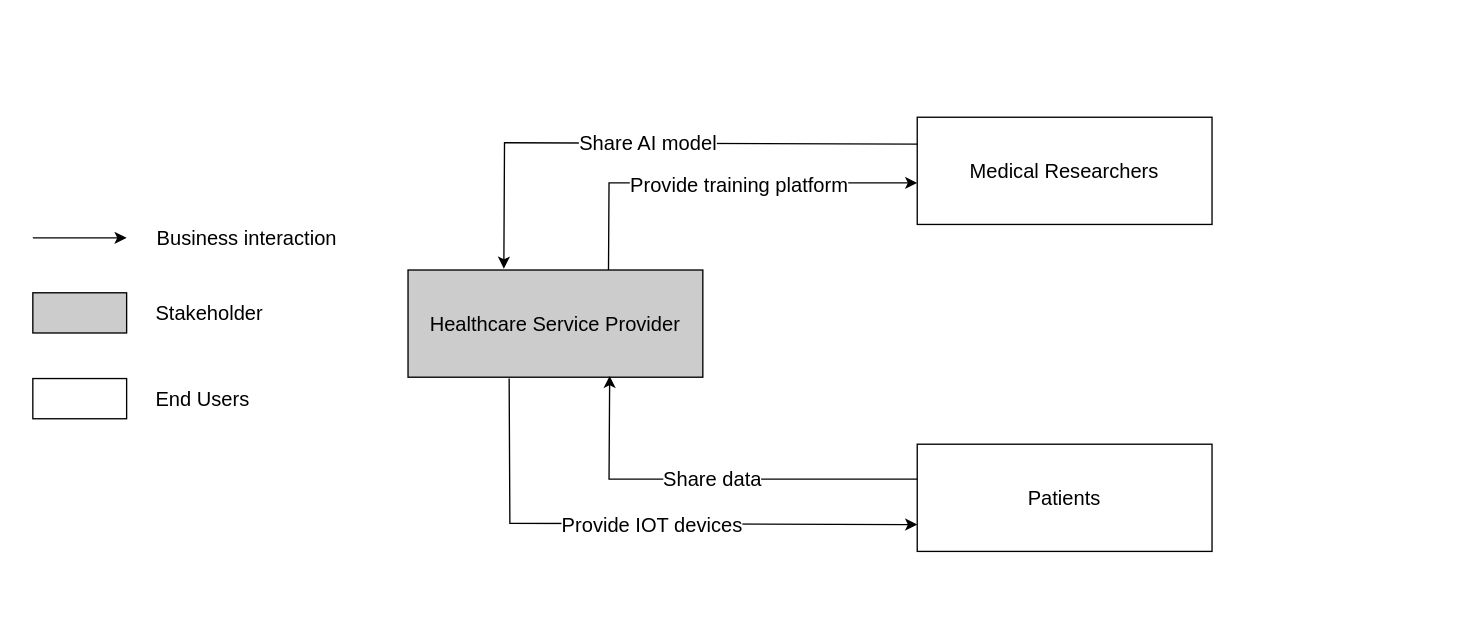
TISNN/2022_SOD keeps this draw.io diagram as page "第 3 页" (3 of 8) of SOD_Ass1.drawio. Above is the earlier version. Source tidied: cells renumbered, new cells numbered last; positions are measured from the earlier drawing's top-left corner, leaving out a move shared by most shapes. Both pictures are drawn from the tidied source at 134%, with x=0, y=0 at pixel (32, 117).
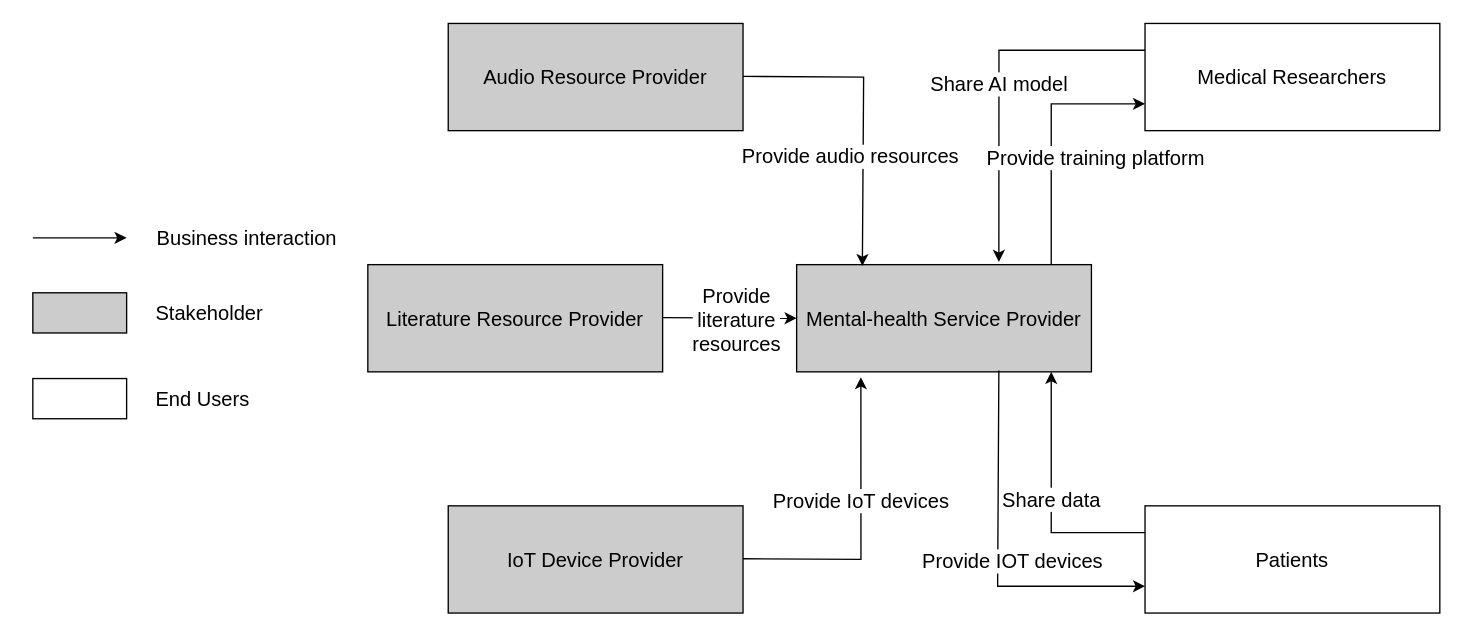
The same diagram, later.

The edit, as a diff of the source:
```diff
@@
-    <mxCell id="2" value="Healthcare Service Provider" style="rounded=0;whiteSpace=wrap;html=1;shadow=0;strokeColor=#000000;fontSize=15;fillColor=#CCCCCC;" parent="1" vertex="1">
-      <mxGeometry x="280" y="114" width="220" height="80" as="geometry" />
+    <mxCell id="2" value="Mental-health Service Provider" style="rounded=0;whiteSpace=wrap;html=1;shadow=0;strokeColor=#000000;fontSize=15;fillColor=#CCCCCC;" parent="1" vertex="1">
+      <mxGeometry x="570" y="110" width="220" height="80" as="geometry" />
     </mxCell>
     <mxCell id="3" value="Medical Researchers" style="rounded=0;whiteSpace=wrap;html=1;shadow=0;strokeColor=#000000;fontSize=15;fillColor=none;" parent="1" vertex="1">
-      <mxGeometry x="660" width="220" height="80" as="geometry" />
+      <mxGeometry x="830" y="-70" width="220" height="80" as="geometry" />
     </mxCell>
     <mxCell id="4" value="Patients" style="rounded=0;whiteSpace=wrap;html=1;shadow=0;strokeColor=#000000;fontSize=15;fillColor=none;" parent="1" vertex="1">
-      <mxGeometry x="660" y="244" width="220" height="80" as="geometry" />
+      <mxGeometry x="830" y="290" width="220" height="80" as="geometry" />
     </mxCell>
@@
-    <mxCell id="11" style="endArrow=classic;html=1;rounded=0;fontSize=15;exitX=0.343;exitY=1.013;exitDx=0;exitDy=0;entryX=0;entryY=0.75;entryDx=0;entryDy=0;exitPerimeter=0;" parent="1" edge="1" source="2" target="4">
+    <mxCell id="11" style="endArrow=classic;html=1;rounded=0;fontSize=15;exitX=0.686;exitY=0.988;exitDx=0;exitDy=0;entryX=0;entryY=0.75;entryDx=0;entryDy=0;exitPerimeter=0;" parent="1" edge="1" source="2" target="4">
       <mxGeometry relative="1" as="geometry">
         <Array as="points">
-          <mxPoint x="356" y="303" />
+          <mxPoint x="720" y="350" />
         </Array>
       </mxGeometry>
     </mxCell>
     <mxCell id="12" value="Provide IOT devices" style="edgeLabel;html=1;align=center;verticalAlign=middle;fontSize=15;" parent="11" vertex="1">
       <mxGeometry x="-0.13" y="2" relative="1" as="geometry">
-        <mxPoint x="34" y="2" as="offset" />
+        <mxPoint x="8" y="23" as="offset" />
       </mxGeometry>
     </mxCell>
-    <mxCell id="13" value="Share data" style="endArrow=classic;html=1;rounded=0;fontSize=15;entryX=0.684;entryY=0.988;entryDx=0;entryDy=0;entryPerimeter=0;" parent="1" edge="1" target="2">
+    <mxCell id="13" value="Share data" style="endArrow=classic;html=1;rounded=0;fontSize=15;exitX=0;exitY=0.25;exitDx=0;exitDy=0;" parent="1" edge="1" source="4">
       <mxGeometry relative="1" as="geometry">
-        <mxPoint x="660" y="270" as="sourcePoint" />
+        <mxPoint x="760" y="190" as="targetPoint" />
         <Array as="points">
-          <mxPoint x="430" y="270" />
+          <mxPoint x="760" y="310" />
         </Array>
       </mxGeometry>
     </mxCell>
-    <mxCell id="14" value="Share AI model" style="endArrow=classic;html=1;rounded=0;fontSize=15;entryX=0.325;entryY=-0.012;entryDx=0;entryDy=0;entryPerimeter=0;exitX=0;exitY=0.25;exitDx=0;exitDy=0;" parent="1" edge="1" source="3" target="2">
+    <mxCell id="14" value="Share AI model" style="endArrow=classic;html=1;rounded=0;fontSize=15;exitX=0;exitY=0.25;exitDx=0;exitDy=0;entryX=0.686;entryY=-0.025;entryDx=0;entryDy=0;entryPerimeter=0;" parent="1" edge="1" source="3" target="2">
       <mxGeometry relative="1" as="geometry">
         <Array as="points">
-          <mxPoint x="352" y="19" />
+          <mxPoint x="721" y="-50" />
         </Array>
       </mxGeometry>
     </mxCell>
-    <mxCell id="15" style="endArrow=classic;html=1;rounded=0;fontSize=15;exitX=0.68;exitY=0;exitDx=0;exitDy=0;entryX=0;entryY=0.75;entryDx=0;entryDy=0;exitPerimeter=0;" parent="1" edge="1" source="2">
+    <mxCell id="15" style="endArrow=classic;html=1;rounded=0;fontSize=15;entryX=0;entryY=0.75;entryDx=0;entryDy=0;" parent="1" edge="1" target="3">
       <mxGeometry relative="1" as="geometry">
-        <mxPoint x="660" y="49" as="targetPoint" />
+        <mxPoint x="760" y="110" as="sourcePoint" />
         <Array as="points">
-          <mxPoint x="430" y="49" />
+          <mxPoint x="760" y="-10" />
         </Array>
       </mxGeometry>
     </mxCell>
@@
+    <mxCell id="17" value="Audio Resource Provider" style="rounded=0;whiteSpace=wrap;html=1;shadow=0;strokeColor=default;fontSize=15;fillColor=#CCCCCC;" parent="1" vertex="1">
+      <mxGeometry x="310" y="-70" width="220" height="80" as="geometry" />
+    </mxCell>
+    <mxCell id="18" value="IoT Device Provider" style="rounded=0;whiteSpace=wrap;html=1;shadow=0;strokeColor=#000000;fontSize=15;fillColor=#CCCCCC;" parent="1" vertex="1">
+      <mxGeometry x="310" y="290" width="220" height="80" as="geometry" />
+    </mxCell>
+    <mxCell id="19" value="Literature Resource Provider" style="rounded=0;whiteSpace=wrap;html=1;shadow=0;strokeColor=#000000;fontSize=15;fillColor=#CCCCCC;" parent="1" vertex="1">
+      <mxGeometry x="250" y="110" width="220" height="80" as="geometry" />
+    </mxCell>
+    <mxCell id="20" style="endArrow=classic;html=1;rounded=0;fontSize=15;entryX=0.223;entryY=0.013;entryDx=0;entryDy=0;entryPerimeter=0;" parent="1" edge="1" target="2">
+      <mxGeometry relative="1" as="geometry">
+        <mxPoint x="530" y="-30.5" as="sourcePoint" />
+        <Array as="points">
+          <mxPoint x="620" y="-30" />
+        </Array>
+      </mxGeometry>
+    </mxCell>
+    <mxCell id="21" value="&lt;font style=&quot;font-size: 15px;&quot;&gt;Provide audio resources&lt;/font&gt;" style="edgeLabel;html=1;align=center;verticalAlign=middle;" parent="20" vertex="1">
+      <mxGeometry x="0.06" relative="1" as="geometry">
+        <mxPoint x="-10" y="27" as="offset" />
+      </mxGeometry>
+    </mxCell>
+    <mxCell id="22" style="endArrow=classic;html=1;rounded=0;fontSize=15;entryX=0.218;entryY=1.05;entryDx=0;entryDy=0;entryPerimeter=0;" parent="1" edge="1" target="2">
+      <mxGeometry relative="1" as="geometry">
+        <mxPoint x="530" y="329.5" as="sourcePoint" />
+        <Array as="points">
+          <mxPoint x="618" y="330" />
+        </Array>
+      </mxGeometry>
+    </mxCell>
+    <mxCell id="23" value="Provide IoT devices" style="edgeLabel;html=1;align=center;verticalAlign=middle;fontSize=15;" parent="22" vertex="1">
+      <mxGeometry x="0.19" relative="1" as="geometry" />
+    </mxCell>
+    <mxCell id="24" style="endArrow=classic;html=1;rounded=0;fontSize=15;entryX=0;entryY=0.5;entryDx=0;entryDy=0;" parent="1" edge="1" target="2">
+      <mxGeometry relative="1" as="geometry">
+        <mxPoint x="470" y="149.5" as="sourcePoint" />
+      </mxGeometry>
+    </mxCell>
+    <mxCell id="25" value="Provide&lt;br&gt;literature&lt;br&gt;resources" style="edgeLabel;html=1;align=center;verticalAlign=middle;fontSize=15;" parent="24" vertex="1">
+      <mxGeometry x="0.1" y="-1" relative="1" as="geometry" />
+    </mxCell>
```
